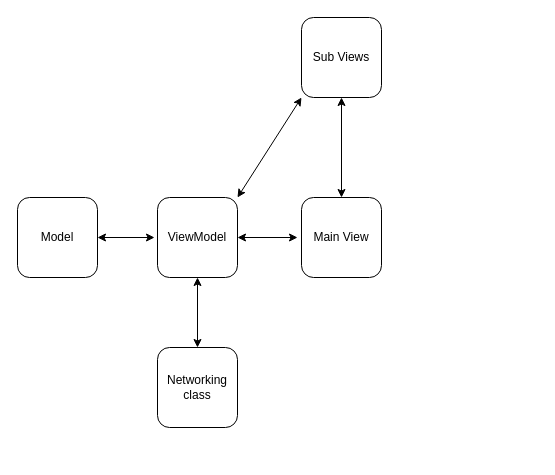
Anderzzon/GraveFinder keeps this draw.io diagram as Untitled Diagram.drawio. Above is the earlier version. Source tidied: cells renumbered, new cells numbered last; positions are measured from the earlier drawing's top-left corner, leaving out a move shared by most shapes. Both pictures are drawn from the tidied source at 100%, with x=0, y=0 at pixel (17, 17).
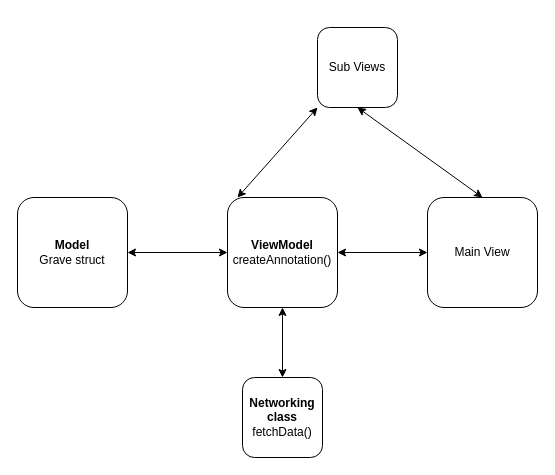
After the change.

Diff of the diagram source:
```diff
@@
 <mxGraphModel>
   <root>
     <mxCell id="0" />
     <mxCell id="1" parent="0" />
     <mxCell id="2" value="Main View" style="whiteSpace=wrap;html=1;rounded=1;" parent="1" vertex="1">
-      <mxGeometry x="284" y="180" width="80" height="80" as="geometry" />
+      <mxGeometry x="410" y="180" width="110" height="110" as="geometry" />
     </mxCell>
-    <mxCell id="3" value="ViewModel" style="whiteSpace=wrap;html=1;rounded=1;" parent="1" vertex="1">
-      <mxGeometry x="140" y="180" width="80" height="80" as="geometry" />
+    <mxCell id="3" value="&lt;b&gt;ViewModel&lt;/b&gt;&lt;br&gt;createAnnotation()" style="whiteSpace=wrap;html=1;rounded=1;" parent="1" vertex="1">
+      <mxGeometry x="210" y="180" width="110" height="110" as="geometry" />
     </mxCell>
     <mxCell id="4" value="Sub Views" style="whiteSpace=wrap;html=1;rounded=1;" parent="1" vertex="1">
-      <mxGeometry x="284" width="80" height="80" as="geometry" />
+      <mxGeometry x="300" y="10" width="80" height="80" as="geometry" />
     </mxCell>
     <mxCell id="5" style="endArrow=classic;startArrow=classic;html=1;exitX=0.5;exitY=0;exitDx=0;exitDy=0;entryX=0.5;entryY=1;entryDx=0;entryDy=0;" parent="1" edge="1" source="2" target="4">
       <mxGeometry relative="1" as="geometry" />
     </mxCell>
-    <mxCell id="6" style="endArrow=classic;startArrow=classic;html=1;" parent="1" edge="1">
-      <mxGeometry relative="1" as="geometry">
-        <mxPoint x="220" y="220" as="sourcePoint" />
-        <mxPoint x="280" y="220" as="targetPoint" />
-      </mxGeometry>
+    <mxCell id="6" style="endArrow=classic;startArrow=classic;html=1;exitX=1;exitY=0.5;exitDx=0;exitDy=0;entryX=0;entryY=0.5;entryDx=0;entryDy=0;" parent="1" edge="1" source="3" target="2">
+      <mxGeometry relative="1" as="geometry" />
     </mxCell>
     <mxCell id="7" style="endArrow=classic;startArrow=classic;html=1;entryX=0;entryY=1;entryDx=0;entryDy=0;" parent="1" edge="1" source="3" target="4">
       <mxGeometry relative="1" as="geometry">
         <Array as="points">
           <mxPoint x="220" y="180" />
         </Array>
       </mxGeometry>
     </mxCell>
-    <mxCell id="8" value="Model" style="whiteSpace=wrap;html=1;rounded=1;" parent="1" vertex="1">
-      <mxGeometry y="180" width="80" height="80" as="geometry" />
+    <mxCell id="8" value="&lt;b&gt;Model&lt;/b&gt;&lt;br&gt;Grave struct" style="whiteSpace=wrap;html=1;rounded=1;" parent="1" vertex="1">
+      <mxGeometry y="180" width="110" height="110" as="geometry" />
     </mxCell>
-    <mxCell id="9" style="endArrow=classic;startArrow=classic;html=1;exitX=1;exitY=0.5;exitDx=0;exitDy=0;" parent="1" edge="1" source="8">
-      <mxGeometry relative="1" as="geometry">
-        <mxPoint x="137" y="220" as="targetPoint" />
-      </mxGeometry>
+    <mxCell id="9" style="endArrow=classic;startArrow=classic;html=1;exitX=1;exitY=0.5;exitDx=0;exitDy=0;entryX=0;entryY=0.5;entryDx=0;entryDy=0;" parent="1" edge="1" source="8" target="3">
+      <mxGeometry relative="1" as="geometry" />
     </mxCell>
-    <mxCell id="10" value="Networking class" style="whiteSpace=wrap;html=1;rounded=1;" parent="1" vertex="1">
-      <mxGeometry x="140" y="330" width="80" height="80" as="geometry" />
+    <mxCell id="10" value="&lt;b&gt;Networking class&lt;/b&gt;&lt;br&gt;fetchData()" style="whiteSpace=wrap;html=1;rounded=1;" parent="1" vertex="1">
+      <mxGeometry x="225" y="360" width="80" height="80" as="geometry" />
     </mxCell>
     <mxCell id="11" style="endArrow=classic;startArrow=classic;html=1;exitX=0.5;exitY=0;exitDx=0;exitDy=0;entryX=0.5;entryY=1;entryDx=0;entryDy=0;" parent="1" edge="1" source="10" target="3">
       <mxGeometry relative="1" as="geometry" />
     </mxCell>
   </root>
 </mxGraphModel>
```
